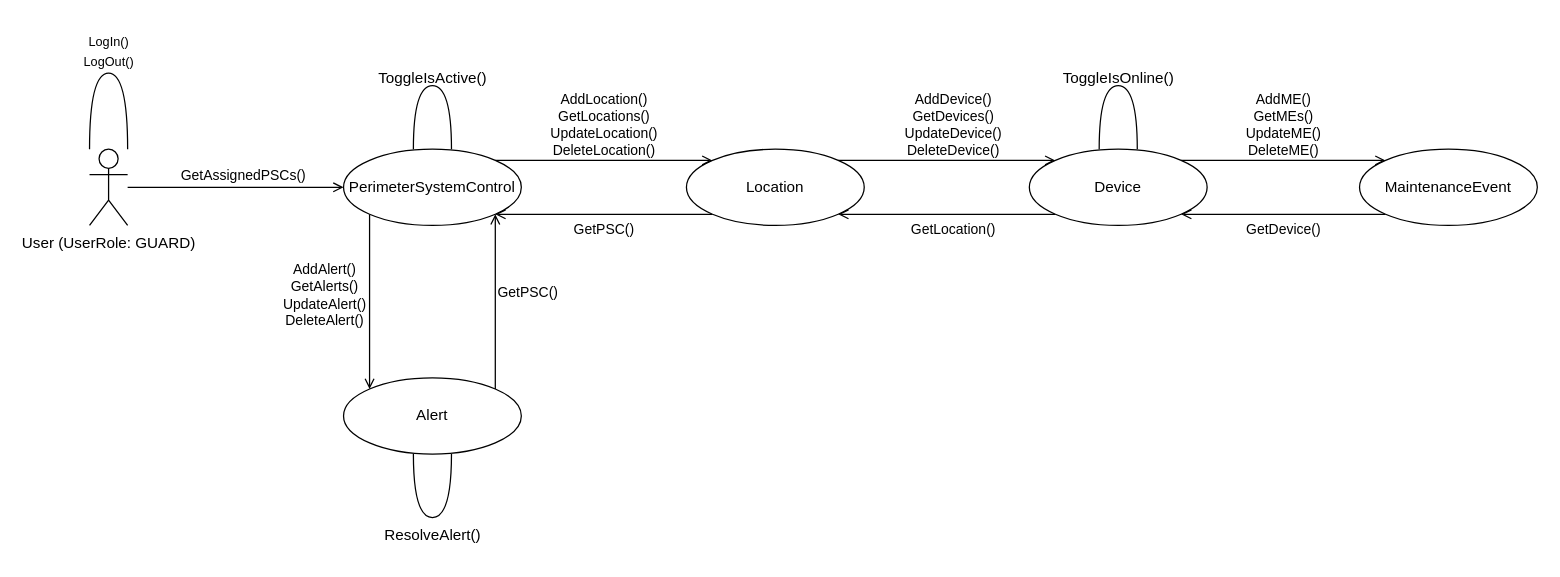
Above: Communication/c1.drawio in IsmailSalehCode/UML-course-work (draw.io), before the change. Source tidied: cells renumbered, new cells numbered last; positions are measured from the earlier drawing's top-left corner, leaving out a move shared by most shapes. Both pictures are drawn from the tidied source at 127%, with x=0, y=0 at pixel (70, 22).
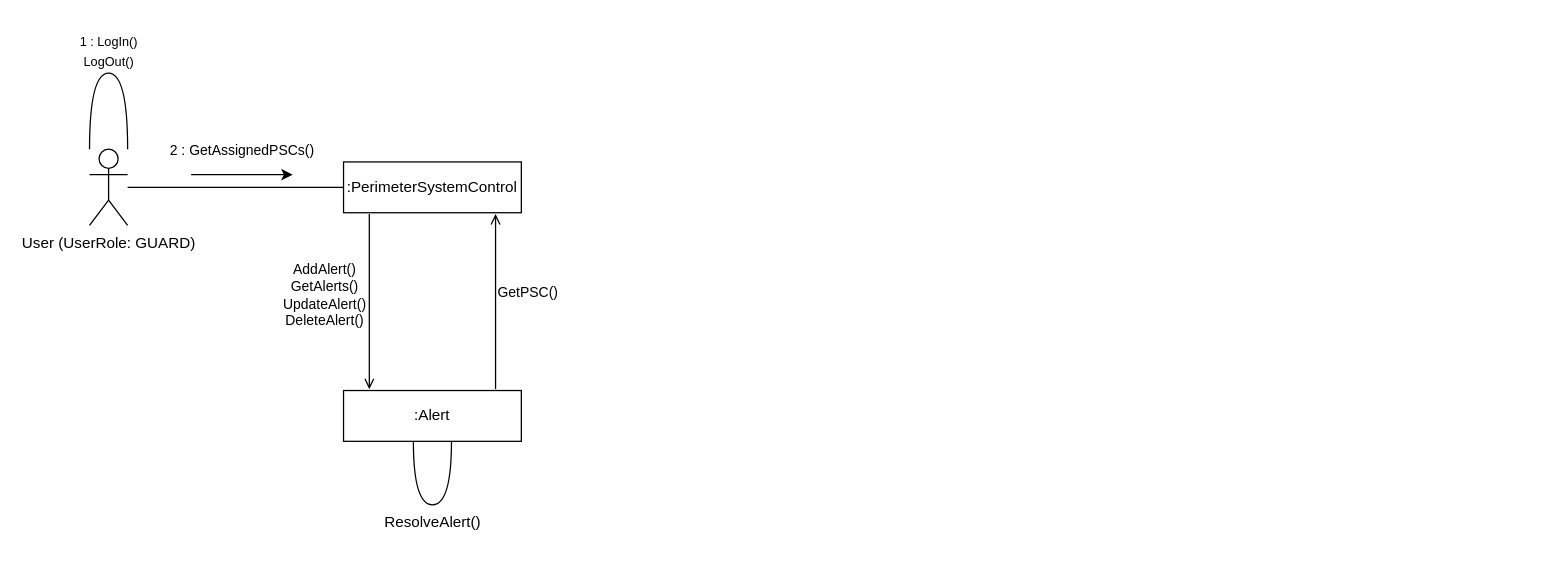
The same diagram, later.

The change refers to these unchanged cells:
```xml
<mxCell id="4" value="User (UserRole: GUARD)" style="shape=umlActor;verticalLabelPosition=bottom;verticalAlign=top;html=1;outlineConnect=0;" parent="1" vertex="1">
  <mxGeometry x="15" y="100" width="30" height="60" as="geometry" />
</mxCell>
```

Change to the diagram source:
```diff
@@
-    <mxCell id="2" style="edgeStyle=orthogonalEdgeStyle;rounded=0;jettySize=auto;html=1;entryX=0;entryY=0.5;entryDx=0;entryDy=0;endArrow=open;endFill=0;" parent="1" edge="1" source="4" target="9">
-      <mxGeometry relative="1" as="geometry" />
+    <mxCell id="2" style="edgeStyle=orthogonalEdgeStyle;rounded=0;jettySize=auto;html=1;entryX=0;entryY=0.5;entryDx=0;entryDy=0;endArrow=none;endFill=0;" parent="1" edge="1" source="4">
+      <mxGeometry relative="1" as="geometry">
+        <mxPoint x="215" y="130" as="targetPoint" />
+      </mxGeometry>
     </mxCell>
-    <mxCell id="3" value="GetAssignedPSCs()" style="edgeLabel;html=1;align=center;verticalAlign=middle;" parent="2" vertex="1">
+    <mxCell id="3" value="2 : GetAssignedPSCs()" style="edgeLabel;html=1;align=center;verticalAlign=middle;" parent="2" vertex="1">
       <mxGeometry x="0.06" relative="1" as="geometry">
-        <mxPoint y="-10" as="offset" />
+        <mxPoint y="-30" as="offset" />
       </mxGeometry>
     </mxCell>
@@
-    <mxCell id="6" value="LogIn()" style="text;html=1;align=center;verticalAlign=middle;strokeColor=none;fillColor=none;fontSize=10;" parent="1" vertex="1">
-      <mxGeometry width="60" height="30" as="geometry" />
+    <mxCell id="6" value="1 : LogIn()" style="text;html=1;align=center;verticalAlign=middle;strokeColor=none;fillColor=none;fontSize=10;" parent="1" vertex="1">
+      <mxGeometry x="-5" width="70" height="30" as="geometry" />
     </mxCell>
@@
-    <mxCell id="8" style="edgeStyle=orthogonalEdgeStyle;rounded=0;jettySize=auto;html=1;entryX=0;entryY=0;entryDx=0;entryDy=0;endArrow=open;endFill=0;exitX=0;exitY=1;exitDx=0;exitDy=0;" parent="1" edge="1" source="9" target="26">
+    <mxCell id="8" style="edgeStyle=orthogonalEdgeStyle;rounded=0;orthogonalLoop=1;jettySize=auto;html=1;entryX=0;entryY=0;entryDx=0;entryDy=0;endArrow=open;endFill=0;exitX=0;exitY=1;exitDx=0;exitDy=0;" parent="1" edge="1">
       <mxGeometry relative="1" as="geometry">
+        <mxPoint x="235.3" y="151.1" as="sourcePoint" />
+        <mxPoint x="235.3" y="288.9" as="targetPoint" />
         <Array as="points">
           <mxPoint x="236" y="220" />
           <mxPoint x="236" y="220" />
         </Array>
       </mxGeometry>
     </mxCell>
-    <mxCell id="9" value="PerimeterSystemControl" style="ellipse;whiteSpace=wrap;html=1;" parent="1" vertex="1">
-      <mxGeometry x="215" y="100" width="140" height="60" as="geometry" />
-    </mxCell>
-    <mxCell id="10" style="edgeStyle=orthogonalEdgeStyle;rounded=0;jettySize=auto;html=1;exitX=1;exitY=0;exitDx=0;exitDy=0;endArrow=open;endFill=0;entryX=0;entryY=0;entryDx=0;entryDy=0;" parent="1" edge="1" source="12" target="15">
-      <mxGeometry relative="1" as="geometry" />
-    </mxCell>
-    <mxCell id="11" style="edgeStyle=orthogonalEdgeStyle;rounded=0;jettySize=auto;html=1;exitX=0;exitY=1;exitDx=0;exitDy=0;entryX=1;entryY=1;entryDx=0;entryDy=0;endArrow=open;endFill=0;" parent="1" edge="1" source="12" target="9">
-      <mxGeometry relative="1" as="geometry" />
-    </mxCell>
-    <mxCell id="12" value="Location" style="ellipse;whiteSpace=wrap;html=1;" parent="1" vertex="1">
-      <mxGeometry x="485" y="100" width="140" height="60" as="geometry" />
-    </mxCell>
-    <mxCell id="13" style="edgeStyle=orthogonalEdgeStyle;rounded=0;jettySize=auto;html=1;entryX=0;entryY=0;entryDx=0;entryDy=0;endArrow=open;endFill=0;exitX=1;exitY=0;exitDx=0;exitDy=0;" parent="1" edge="1" source="15" target="19">
-      <mxGeometry relative="1" as="geometry" />
-    </mxCell>
-    <mxCell id="14" style="edgeStyle=orthogonalEdgeStyle;rounded=0;jettySize=auto;html=1;exitX=0;exitY=1;exitDx=0;exitDy=0;entryX=1;entryY=1;entryDx=0;entryDy=0;endArrow=open;endFill=0;" parent="1" edge="1" source="15" target="12">
-      <mxGeometry relative="1" as="geometry" />
-    </mxCell>
-    <mxCell id="15" value="Device" style="ellipse;whiteSpace=wrap;html=1;" parent="1" vertex="1">
-      <mxGeometry x="755" y="100" width="140" height="60" as="geometry" />
-    </mxCell>
-    <mxCell id="16" value="AddDevice()&lt;div&gt;GetDevices()&lt;/div&gt;&lt;div&gt;UpdateDevice()&lt;/div&gt;&lt;div&gt;DeleteDevice()&lt;/div&gt;" style="text;html=1;align=center;verticalAlign=bottom;strokeColor=none;fillColor=none;fontSize=11;" parent="1" vertex="1">
-      <mxGeometry x="645" y="40" width="100" height="70" as="geometry" />
-    </mxCell>
-    <mxCell id="17" value="AddLocation()&lt;div&gt;GetLocations()&lt;/div&gt;&lt;div&gt;UpdateLocation()&lt;/div&gt;&lt;div&gt;DeleteLocation()&lt;/div&gt;" style="text;html=1;align=center;verticalAlign=bottom;strokeColor=none;fillColor=none;fontSize=11;" parent="1" vertex="1">
-      <mxGeometry x="365" y="40" width="110" height="70" as="geometry" />
-    </mxCell>
-    <mxCell id="18" style="edgeStyle=orthogonalEdgeStyle;rounded=0;jettySize=auto;html=1;exitX=0;exitY=1;exitDx=0;exitDy=0;entryX=1;entryY=1;entryDx=0;entryDy=0;endArrow=open;endFill=0;" parent="1" edge="1" source="19" target="15">
-      <mxGeometry relative="1" as="geometry" />
-    </mxCell>
-    <mxCell id="19" value="MaintenanceEvent" style="ellipse;whiteSpace=wrap;html=1;" parent="1" vertex="1">
-      <mxGeometry x="1015" y="100" width="140" height="60" as="geometry" />
-    </mxCell>
-    <mxCell id="20" value="AddME()&lt;div&gt;GetMEs()&lt;/div&gt;&lt;div&gt;UpdateME()&lt;/div&gt;&lt;div&gt;DeleteME()&lt;/div&gt;" style="text;html=1;align=center;verticalAlign=bottom;strokeColor=none;fillColor=none;fontSize=11;" parent="1" vertex="1">
-      <mxGeometry x="915" y="40" width="80" height="70" as="geometry" />
-    </mxCell>
-    <mxCell id="21" style="endArrow=none;html=1;rounded=0;edgeStyle=orthogonalEdgeStyle;curved=1;" parent="1" edge="1">
-      <mxGeometry relative="1" as="geometry">
-        <mxPoint x="840" y="100" as="sourcePoint" />
-        <mxPoint x="810" y="100" as="targetPoint" />
-        <Array as="points">
-          <mxPoint x="840" y="50" />
-          <mxPoint x="810" y="50" />
-        </Array>
-      </mxGeometry>
-    </mxCell>
-    <mxCell id="22" value="ToggleIsOnline()" style="text;html=1;align=center;verticalAlign=top;strokeColor=none;fillColor=none;" parent="1" vertex="1">
-      <mxGeometry x="770" y="30" width="110" height="30" as="geometry" />
-    </mxCell>
-    <mxCell id="23" style="endArrow=none;html=1;rounded=0;edgeStyle=orthogonalEdgeStyle;curved=1;" parent="1" edge="1">
-      <mxGeometry relative="1" as="geometry">
-        <mxPoint x="300" y="100" as="sourcePoint" />
-        <mxPoint x="270" y="100" as="targetPoint" />
-        <Array as="points">
-          <mxPoint x="300" y="50" />
-          <mxPoint x="270" y="50" />
-        </Array>
-      </mxGeometry>
-    </mxCell>
-    <mxCell id="24" value="ToggleIsActive()" style="text;html=1;align=center;verticalAlign=top;strokeColor=none;fillColor=none;" parent="1" vertex="1">
-      <mxGeometry x="230" y="30" width="110" height="30" as="geometry" />
-    </mxCell>
-    <mxCell id="25" style="edgeStyle=orthogonalEdgeStyle;rounded=0;jettySize=auto;html=1;exitX=1;exitY=0;exitDx=0;exitDy=0;entryX=1;entryY=1;entryDx=0;entryDy=0;endArrow=open;endFill=0;" parent="1" edge="1" source="26" target="9">
-      <mxGeometry relative="1" as="geometry" />
+    <mxCell id="25" style="edgeStyle=orthogonalEdgeStyle;rounded=0;orthogonalLoop=1;jettySize=auto;html=1;exitX=1;exitY=0;exitDx=0;exitDy=0;entryX=1;entryY=1;entryDx=0;entryDy=0;endArrow=open;endFill=0;" parent="1" edge="1">
+      <mxGeometry relative="1" as="geometry">
+        <mxPoint x="334.7" y="288.9" as="sourcePoint" />
+        <mxPoint x="334.7" y="151.1" as="targetPoint" />
+      </mxGeometry>
     </mxCell>
-    <mxCell id="26" value="Alert" style="ellipse;whiteSpace=wrap;html=1;" parent="1" vertex="1">
-      <mxGeometry x="215" y="280" width="140" height="60" as="geometry" />
-    </mxCell>
@@
     <mxCell id="28" value="ResolveAlert()" style="text;html=1;align=center;verticalAlign=top;strokeColor=none;fillColor=none;" parent="1" vertex="1">
-      <mxGeometry x="235" y="390" width="100" height="30" as="geometry" />
+      <mxGeometry x="235" y="380" width="100" height="30" as="geometry" />
     </mxCell>
-    <mxCell id="29" style="edgeStyle=orthogonalEdgeStyle;rounded=0;jettySize=auto;html=1;entryX=0;entryY=0;entryDx=0;entryDy=0;endArrow=open;endFill=0;exitX=1;exitY=0;exitDx=0;exitDy=0;" parent="1" edge="1" source="9" target="12">
-      <mxGeometry relative="1" as="geometry" />
-    </mxCell>
-    <mxCell id="30" value="GetPSC()" style="text;html=1;align=center;verticalAlign=top;strokeColor=none;fillColor=none;fontSize=11;" parent="1" vertex="1">
-      <mxGeometry x="385" y="150" width="70" height="30" as="geometry" />
-    </mxCell>
@@
-    <mxCell id="32" value="GetLocation()" style="text;html=1;align=center;verticalAlign=top;strokeColor=none;fillColor=none;fontSize=11;" parent="1" vertex="1">
-      <mxGeometry x="650" y="150" width="90" height="30" as="geometry" />
-    </mxCell>
-    <mxCell id="33" value="GetDevice()" style="text;html=1;align=center;verticalAlign=top;strokeColor=none;fillColor=none;fontSize=11;" parent="1" vertex="1">
-      <mxGeometry x="915" y="150" width="80" height="30" as="geometry" />
-    </mxCell>
     <mxCell id="34" style="endArrow=none;html=1;rounded=0;edgeStyle=orthogonalEdgeStyle;curved=1;" parent="1" edge="1">
       <mxGeometry relative="1" as="geometry">
-        <mxPoint x="300" y="340" as="sourcePoint" />
-        <mxPoint x="270" y="340" as="targetPoint" />
+        <mxPoint x="300" y="330" as="sourcePoint" />
+        <mxPoint x="270" y="330" as="targetPoint" />
         <Array as="points">
-          <mxPoint x="300" y="390" />
-          <mxPoint x="270" y="390" />
+          <mxPoint x="300" y="380" />
+          <mxPoint x="270" y="380" />
         </Array>
       </mxGeometry>
     </mxCell>
+    <mxCell id="35" style="endArrow=classic;html=1;rounded=0;" parent="1" edge="1">
+      <mxGeometry relative="1" as="geometry">
+        <mxPoint x="95" y="120" as="sourcePoint" />
+        <mxPoint x="175" y="120" as="targetPoint" />
+      </mxGeometry>
+    </mxCell>
+    <mxCell id="36" value=":PerimeterSystemControl" style="whiteSpace=wrap;html=1;" parent="1" vertex="1">
+      <mxGeometry x="215" y="110" width="140" height="40" as="geometry" />
+    </mxCell>
+    <mxCell id="37" value=":Alert" style="whiteSpace=wrap;html=1;" parent="1" vertex="1">
+      <mxGeometry x="215" y="290" width="140" height="40" as="geometry" />
+    </mxCell>
```
